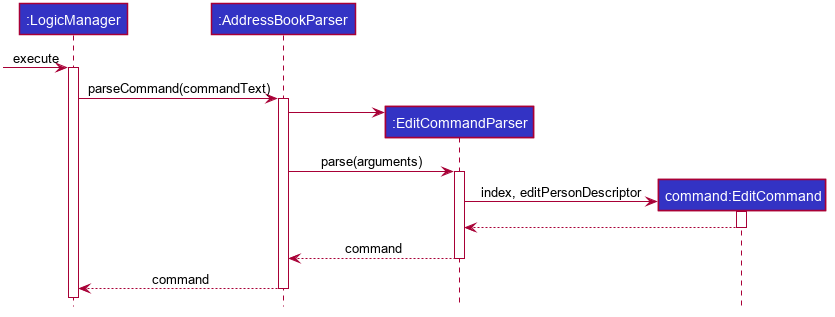
Before: docs/images/tracing/LogicSequenceDiagram.png, a diagram exported from PlantUML (nus-cs2103-AY2425S1/tp). The source it was exported from:
```plantuml
@startuml








skinparam BackgroundColor #FFFFFFF

skinparam Shadowing false

skinparam Class {
    FontColor #FFFFFF
    BorderThickness 1
    BorderColor #FFFFFF
    StereotypeFontColor #FFFFFF
    FontName Arial
}

skinparam Actor {
    BorderColor #000000
    Color #000000
    FontName Arial
}

skinparam Sequence {
    MessageAlign center
    BoxFontSize 15
    BoxPadding 0
    BoxFontColor #FFFFFF
    FontName Arial
}

skinparam Participant {
    FontColor #FFFFFFF
    Padding 20
}

skinparam MinClassWidth 50
skinparam ParticipantPadding 10
skinparam Shadowing false
skinparam DefaultTextAlignment center
skinparam packageStyle Rectangle

hide footbox
hide members
hide circle

Participant ":LogicManager" as logic #3333C4
Participant ":AddressBookParser" as abp #3333C4
Participant ":EditCommandParser" as ecp #3333C4
Participant "command:EditCommand" as ec #3333C4

[-> logic : execute
activate logic
logic -> abp ++: parseCommand(commandText)
create ecp
abp -> ecp
abp -> ecp ++: parse(arguments)
create ec
ecp -> ec ++: index, editPersonDescriptor
ec --> ecp --
ecp --> abp --: command
abp --> logic --: command

@enduml
```
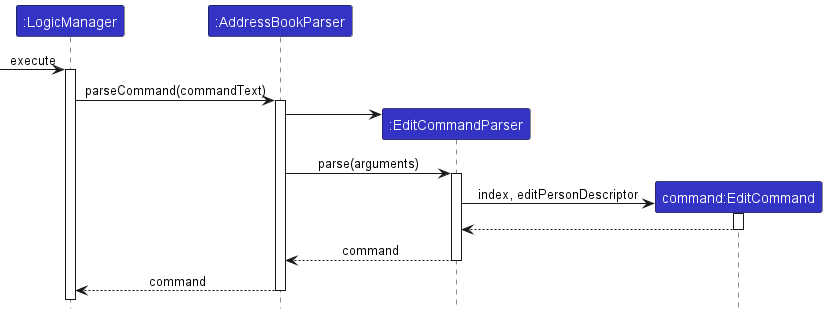
After the commit.

What changed in the source:
```diff
@@ -1,57 +1,11 @@
 @startuml
+!include ../style.puml
+skinparam ArrowFontStyle plain
 
-
-
-
-
-
-
-
-skinparam BackgroundColor #FFFFFFF
-
-skinparam Shadowing false
-
-skinparam Class {
-    FontColor #FFFFFF
-    BorderThickness 1
-    BorderColor #FFFFFF
-    StereotypeFontColor #FFFFFF
-    FontName Arial
-}
-
-skinparam Actor {
-    BorderColor #000000
-    Color #000000
-    FontName Arial
-}
-
-skinparam Sequence {
-    MessageAlign center
-    BoxFontSize 15
-    BoxPadding 0
-    BoxFontColor #FFFFFF
-    FontName Arial
-}
-
-skinparam Participant {
-    FontColor #FFFFFFF
-    Padding 20
-}
-
-skinparam MinClassWidth 50
-skinparam ParticipantPadding 10
-skinparam Shadowing false
-skinparam DefaultTextAlignment center
-skinparam packageStyle Rectangle
-
-hide footbox
-hide members
-hide circle
-
-Participant ":LogicManager" as logic #3333C4
-Participant ":AddressBookParser" as abp #3333C4
-Participant ":EditCommandParser" as ecp #3333C4
-Participant "command:EditCommand" as ec #3333C4
+Participant ":LogicManager" as logic LOGIC_COLOR
+Participant ":AddressBookParser" as abp LOGIC_COLOR
+Participant ":EditCommandParser" as ecp LOGIC_COLOR
+Participant "command:EditCommand" as ec LOGIC_COLOR
 
 [-> logic : execute
 activate logic
```
